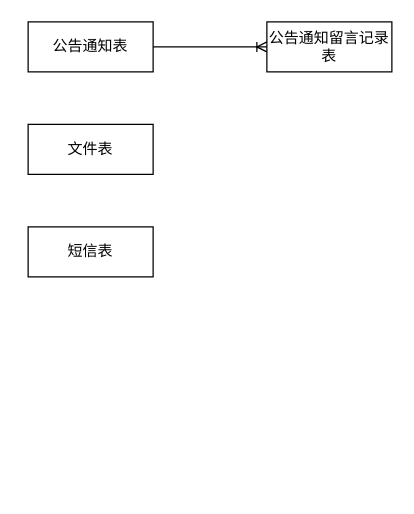
Above: file/dzzwer.drawio in DORcode/admin-demo (draw.io), before the change. Source tidied: cells renumbered, new cells numbered last; positions are measured from the earlier drawing's top-left corner, leaving out a move shared by most shapes. Both pictures are drawn from the tidied source at 125%, with x=0, y=0 at pixel (28, 21).
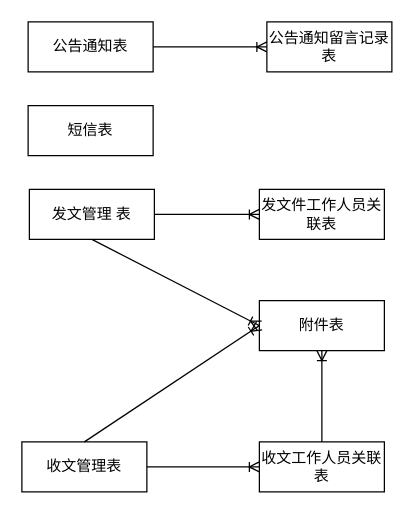
The same diagram, later.

Change to the diagram source:
```diff
@@
 <mxGraphModel>
   <root>
     <mxCell id="0" />
     <mxCell id="1" parent="0" />
     <mxCell id="2" value="公告通知表" style="whiteSpace=wrap;html=1;align=center;" parent="1" vertex="1">
       <mxGeometry width="100" height="40" as="geometry" />
     </mxCell>
     <mxCell id="3" value="公告通知留言记录表" style="whiteSpace=wrap;html=1;align=center;" parent="1" vertex="1">
       <mxGeometry x="191" width="100" height="40" as="geometry" />
     </mxCell>
     <mxCell id="4" style="edgeStyle=entityRelationEdgeStyle;fontSize=12;html=1;endArrow=ERoneToMany;exitX=1;exitY=0.5;exitDx=0;exitDy=0;entryX=0;entryY=0.5;entryDx=0;entryDy=0;" parent="1" edge="1" source="2" target="3">
       <mxGeometry relative="1" as="geometry" />
     </mxCell>
-    <mxCell id="5" value="文件表" style="whiteSpace=wrap;html=1;align=center;" parent="1" vertex="1">
-      <mxGeometry y="82" width="100" height="40" as="geometry" />
-    </mxCell>
     <mxCell id="6" value="短信表" style="whiteSpace=wrap;html=1;align=center;" parent="1" vertex="1">
-      <mxGeometry y="164" width="100" height="40" as="geometry" />
+      <mxGeometry y="67" width="100" height="40" as="geometry" />
     </mxCell>
+    <mxCell id="7" value="发文管理&amp;nbsp;表" style="whiteSpace=wrap;html=1;align=center;" parent="1" vertex="1">
+      <mxGeometry x="1" y="134" width="100" height="40" as="geometry" />
+    </mxCell>
+    <mxCell id="8" value="发文件工作人员关联表" style="whiteSpace=wrap;html=1;align=center;" parent="1" vertex="1">
+      <mxGeometry x="185" y="134" width="100" height="40" as="geometry" />
+    </mxCell>
+    <mxCell id="9" style="edgeStyle=entityRelationEdgeStyle;fontSize=12;html=1;endArrow=ERoneToMany;exitX=1;exitY=0.5;exitDx=0;exitDy=0;entryX=0;entryY=0.5;entryDx=0;entryDy=0;" parent="1" edge="1" source="7" target="8">
+      <mxGeometry relative="1" as="geometry" />
+    </mxCell>
+    <mxCell id="10" value="附件表" style="whiteSpace=wrap;html=1;align=center;" parent="1" vertex="1">
+      <mxGeometry x="185" y="223" width="100" height="40" as="geometry" />
+    </mxCell>
+    <mxCell id="11" style="fontSize=12;html=1;endArrow=ERoneToMany;exitX=0.5;exitY=1;exitDx=0;exitDy=0;entryX=0;entryY=0.5;entryDx=0;entryDy=0;" parent="1" edge="1" source="7" target="10">
+      <mxGeometry relative="1" as="geometry" />
+    </mxCell>
+    <mxCell id="12" value="收文管理表" style="whiteSpace=wrap;html=1;align=center;" parent="1" vertex="1">
+      <mxGeometry x="-5" y="336" width="100" height="40" as="geometry" />
+    </mxCell>
+    <mxCell id="13" value="收文工作人员关联表" style="whiteSpace=wrap;html=1;align=center;" parent="1" vertex="1">
+      <mxGeometry x="185" y="336" width="100" height="40" as="geometry" />
+    </mxCell>
+    <mxCell id="14" style="edgeStyle=entityRelationEdgeStyle;fontSize=12;html=1;endArrow=ERoneToMany;exitX=1;exitY=0.5;exitDx=0;exitDy=0;" parent="1" edge="1" source="12" target="13">
+      <mxGeometry relative="1" as="geometry" />
+    </mxCell>
+    <mxCell id="15" style="fontSize=12;html=1;endArrow=ERoneToMany;exitX=0.5;exitY=0;exitDx=0;exitDy=0;entryX=0;entryY=0.5;entryDx=0;entryDy=0;" parent="1" edge="1" source="12" target="10">
+      <mxGeometry relative="1" as="geometry" />
+    </mxCell>
+    <mxCell id="16" style="fontSize=12;html=1;endArrow=ERoneToMany;exitX=0.5;exitY=0;exitDx=0;exitDy=0;entryX=0.5;entryY=1;entryDx=0;entryDy=0;" parent="1" edge="1" source="13" target="10">
+      <mxGeometry relative="1" as="geometry" />
+    </mxCell>
   </root>
 </mxGraphModel>
```
